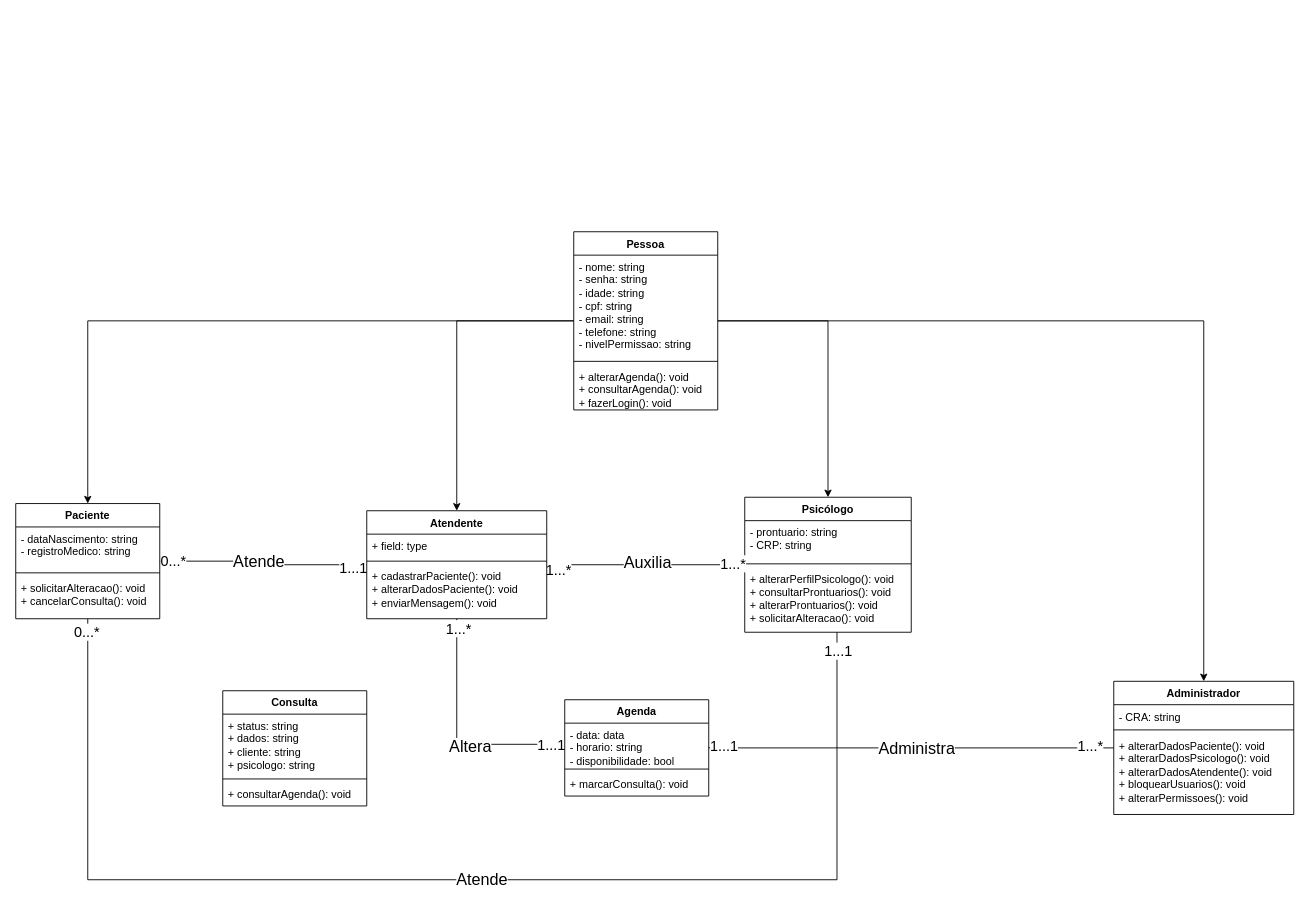
cauanpss/av3_AOO keeps this draw.io diagram as Classe/diagramaClasses.drawio. Above is the earlier version. Source tidied: cells renumbered, new cells numbered last; positions are measured from the earlier drawing's top-left corner, leaving out a move shared by most shapes. Both pictures are drawn from the tidied source at 90%, with x=0, y=0 at pixel (15, 231).
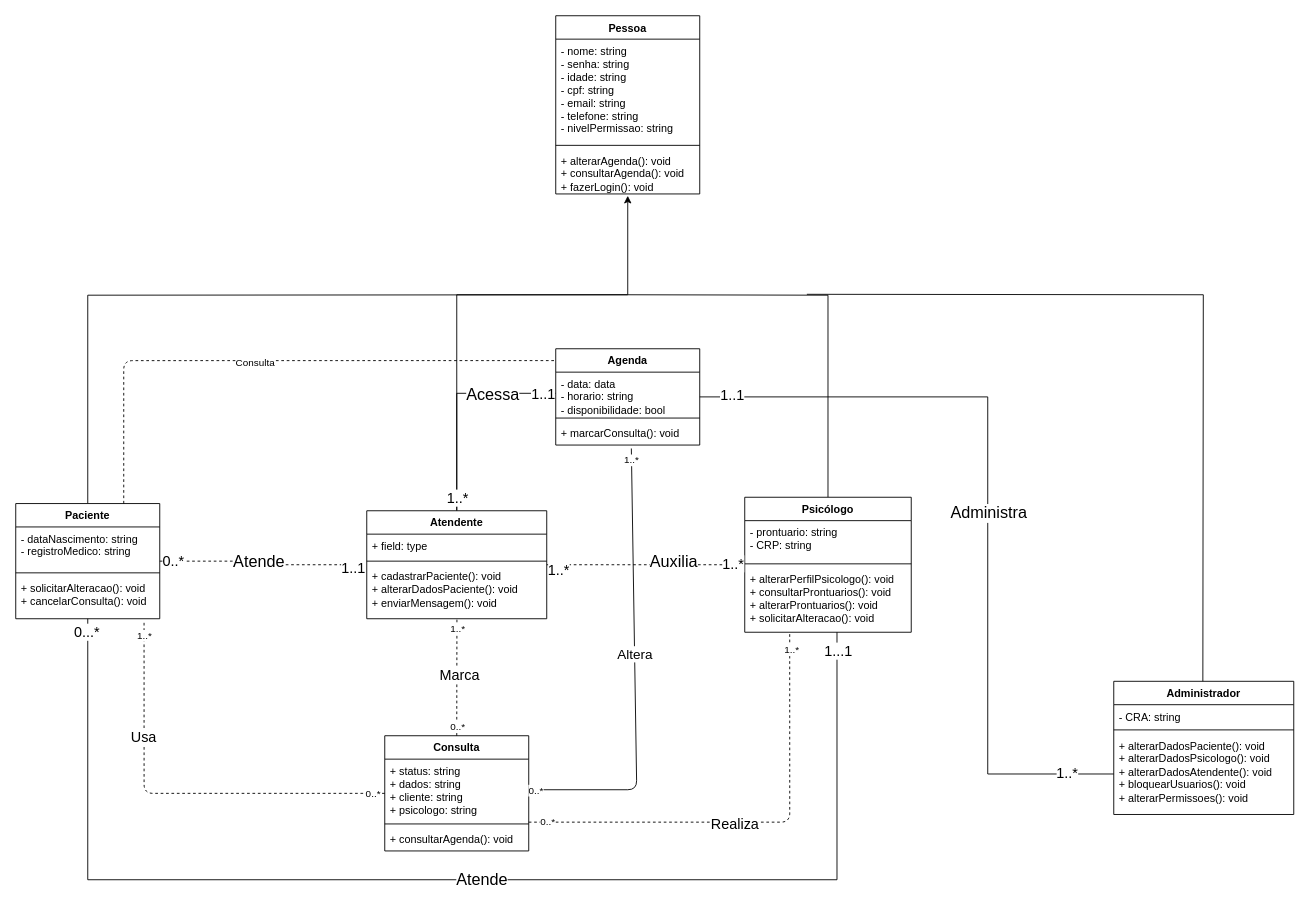
Above is the later version.

Unchanged cells that the change refers to:
```xml
<mxCell id="10" value="Psicólogo" style="swimlane;fontStyle=1;align=center;verticalAlign=top;horizontal=1;startSize=26;whiteSpace=wrap;html=1;" parent="1" vertex="1">
  <mxGeometry x="810" y="295" width="185" height="150" as="geometry" />
</mxCell>
<mxCell id="13" value="+ alterarPerfilPsicologo(): void&lt;div&gt;+ consultarProntuarios(): void&lt;/div&gt;&lt;div&gt;+ alterarProntuarios(): void&lt;/div&gt;&lt;div&gt;+ solicitarAlteracao(): void&lt;/div&gt;" style="text;strokeColor=none;fillColor=none;align=left;verticalAlign=top;spacingLeft=4;spacingRight=4;overflow=hidden;points=[[0,0.5],[1,0.5]];portConstraint=eastwest;whiteSpace=wrap;html=1;" parent="10" vertex="1">
  <mxGeometry y="78" width="185" height="72" as="geometry" />
</mxCell>
<mxCell id="22" value="Paciente" style="swimlane;fontStyle=1;align=center;verticalAlign=top;horizontal=1;startSize=26;whiteSpace=wrap;html=1;" parent="1" vertex="1">
  <mxGeometry y="302" width="160" height="128" as="geometry" />
</mxCell>
<mxCell id="25" value="&lt;div&gt;+ solicitarAlteracao(): void&lt;/div&gt;&lt;div&gt;+ cancelarConsulta(): void&lt;/div&gt;" style="text;strokeColor=none;fillColor=none;align=left;verticalAlign=top;spacingLeft=4;spacingRight=4;overflow=hidden;points=[[0,0.5],[1,0.5]];portConstraint=eastwest;whiteSpace=wrap;html=1;" parent="22" vertex="1">
  <mxGeometry y="81" width="160" height="47" as="geometry" />
</mxCell>
<mxCell id="30" style="edgeStyle=orthogonalEdgeStyle;rounded=0;jettySize=auto;html=1;defaultLabelBackgroundColor=page;endArrow=none;endFill=0;" parent="1" edge="1" source="34" target="47">
  <mxGeometry relative="1" as="geometry" />
</mxCell>
<mxCell id="34" value="Atendente" style="swimlane;fontStyle=1;align=center;verticalAlign=top;horizontal=1;startSize=26;whiteSpace=wrap;html=1;" parent="1" vertex="1">
  <mxGeometry x="390" y="310" width="200" height="120" as="geometry" />
</mxCell>
<mxCell id="37" value="&lt;div&gt;+ cadastrarPaciente(): void&lt;/div&gt;&lt;div&gt;+ alterarDadosPaciente(): void&lt;/div&gt;&lt;div&gt;+ enviarMensagem(): void&lt;/div&gt;" style="text;strokeColor=none;fillColor=none;align=left;verticalAlign=top;spacingLeft=4;spacingRight=4;overflow=hidden;points=[[0,0.5],[1,0.5]];portConstraint=eastwest;whiteSpace=wrap;html=1;" parent="34" vertex="1">
  <mxGeometry y="60" width="200" height="60" as="geometry" />
</mxCell>
<mxCell id="38" value="Administrador" style="swimlane;fontStyle=1;align=center;verticalAlign=top;horizontal=1;startSize=26;whiteSpace=wrap;html=1;" parent="1" vertex="1">
  <mxGeometry x="1220" y="499.5" width="200" height="148" as="geometry" />
</mxCell>
<mxCell id="41" value="+ alterarDadosPaciente(): void&lt;div&gt;+ alterarDadosPsicologo(): void&lt;/div&gt;&lt;div&gt;+ alterarDadosAtendente(): void&lt;/div&gt;&lt;div&gt;+ bloquearUsuarios(): void&lt;/div&gt;&lt;div&gt;+ alterarPermissoes(): void&lt;/div&gt;" style="text;strokeColor=none;fillColor=none;align=left;verticalAlign=top;spacingLeft=4;spacingRight=4;overflow=hidden;points=[[0,0.5],[1,0.5]];portConstraint=eastwest;whiteSpace=wrap;html=1;" parent="38" vertex="1">
  <mxGeometry y="58" width="200" height="90" as="geometry" />
</mxCell>
<mxCell id="49" value="+ marcarConsulta(): void" style="text;strokeColor=none;fillColor=none;align=left;verticalAlign=top;spacingLeft=4;spacingRight=4;overflow=hidden;points=[[0,0.5],[1,0.5]];portConstraint=eastwest;whiteSpace=wrap;html=1;" parent="46" vertex="1">
  <mxGeometry y="81" width="160" height="26" as="geometry" />
</mxCell>
<mxCell id="51" value="+ status: string&lt;div&gt;+ dados: string&lt;/div&gt;&lt;div&gt;+ cliente: string&lt;/div&gt;&lt;div&gt;+ psicologo: string&lt;/div&gt;" style="text;strokeColor=none;fillColor=none;align=left;verticalAlign=top;spacingLeft=4;spacingRight=4;overflow=hidden;points=[[0,0.5],[1,0.5]];portConstraint=eastwest;whiteSpace=wrap;html=1;" parent="50" vertex="1">
  <mxGeometry y="26" width="160" height="68" as="geometry" />
</mxCell>
```

The edit, as a diff of the source:
```diff
@@
-    <mxCell id="2" style="edgeStyle=orthogonalEdgeStyle;rounded=0;jettySize=auto;html=1;defaultLabelBackgroundColor=page;" parent="1" edge="1" source="6" target="22">
-      <mxGeometry relative="1" as="geometry" />
+    <mxCell id="2" style="edgeStyle=orthogonalEdgeStyle;rounded=0;jettySize=auto;html=1;defaultLabelBackgroundColor=page;endArrow=none;endFill=0;startArrow=none;startFill=0;" parent="1" edge="1" target="22">
+      <mxGeometry x="0.22" relative="1" as="geometry">
+        <mxPoint x="680" y="70" as="sourcePoint" />
+      </mxGeometry>
     </mxCell>
-    <mxCell id="3" style="edgeStyle=orthogonalEdgeStyle;rounded=0;jettySize=auto;html=1;defaultLabelBackgroundColor=page;" parent="1" edge="1" source="6" target="10">
-      <mxGeometry relative="1" as="geometry" />
+    <mxCell id="3" style="edgeStyle=orthogonalEdgeStyle;rounded=0;jettySize=auto;html=1;defaultLabelBackgroundColor=page;endArrow=none;endFill=0;" parent="1" edge="1" target="10">
+      <mxGeometry relative="1" as="geometry">
+        <mxPoint x="680" y="70" as="sourcePoint" />
+      </mxGeometry>
     </mxCell>
-    <mxCell id="4" style="edgeStyle=orthogonalEdgeStyle;rounded=0;jettySize=auto;html=1;defaultLabelBackgroundColor=page;" parent="1" edge="1" source="6" target="34">
-      <mxGeometry relative="1" as="geometry" />
+    <mxCell id="4" style="edgeStyle=orthogonalEdgeStyle;rounded=0;jettySize=auto;html=1;defaultLabelBackgroundColor=page;startArrow=classic;startFill=1;endArrow=none;endFill=0;" parent="1" edge="1" target="34">
+      <mxGeometry x="0.31" relative="1" as="geometry">
+        <mxPoint x="680" y="-40" as="sourcePoint" />
+        <Array as="points">
+          <mxPoint x="680" y="70" />
+          <mxPoint x="490" y="70" />
+        </Array>
+      </mxGeometry>
     </mxCell>
-    <mxCell id="5" style="edgeStyle=orthogonalEdgeStyle;rounded=0;jettySize=auto;html=1;defaultLabelBackgroundColor=page;" parent="1" edge="1" source="6" target="38">
-      <mxGeometry relative="1" as="geometry" />
+    <mxCell id="5" value=" " style="edgeStyle=orthogonalEdgeStyle;rounded=0;orthogonalLoop=1;jettySize=auto;html=1;defaultLabelBackgroundColor=page;" parent="1" edge="1">
+      <mxGeometry relative="1" as="geometry">
+        <mxPoint x="879" y="69.5" as="sourcePoint" />
+        <mxPoint x="1319" y="509" as="targetPoint" />
+      </mxGeometry>
     </mxCell>
     <mxCell id="6" value="Pessoa" style="swimlane;fontStyle=1;align=center;verticalAlign=top;horizontal=1;startSize=26;whiteSpace=wrap;html=1;" parent="1" vertex="1">
-      <mxGeometry x="620" width="160" height="198" as="geometry" />
+      <mxGeometry x="600" y="-240" width="160" height="198" as="geometry" />
     </mxCell>
@@
-    <mxCell id="14" style="edgeStyle=orthogonalEdgeStyle;rounded=0;jettySize=auto;html=1;defaultLabelBackgroundColor=page;endArrow=none;endFill=0;" parent="1" edge="1" source="22" target="34">
+    <mxCell id="14" style="edgeStyle=orthogonalEdgeStyle;rounded=0;jettySize=auto;html=1;defaultLabelBackgroundColor=page;endArrow=none;endFill=0;dashed=1;" parent="1" edge="1" source="22" target="34">
       <mxGeometry relative="1" as="geometry" />
     </mxCell>
@@
-    <mxCell id="16" value="&lt;font style=&quot;font-size: 16px;&quot;&gt;0...*&lt;/font&gt;" style="edgeLabel;html=1;align=center;verticalAlign=middle;inheritText=1;defaultLabelBackgroundColor=page;" parent="14" vertex="1">
+    <mxCell id="16" value="&lt;font style=&quot;font-size: 16px;&quot;&gt;0..*&lt;/font&gt;" style="edgeLabel;html=1;align=center;verticalAlign=middle;inheritText=1;defaultLabelBackgroundColor=page;" parent="14" vertex="1">
       <mxGeometry x="-0.88" y="1" relative="1" as="geometry" />
     </mxCell>
-    <mxCell id="17" value="&lt;font style=&quot;font-size: 16px;&quot;&gt;1...1&lt;/font&gt;" style="edgeLabel;html=1;align=center;verticalAlign=middle;inheritText=1;defaultLabelBackgroundColor=page;" parent="14" vertex="1">
+    <mxCell id="17" value="&lt;font style=&quot;font-size: 16px;&quot;&gt;1..1&lt;/font&gt;" style="edgeLabel;html=1;align=center;verticalAlign=middle;inheritText=1;defaultLabelBackgroundColor=page;" parent="14" vertex="1">
       <mxGeometry x="0.86" y="-3" relative="1" as="geometry" />
     </mxCell>
@@
-    <mxCell id="26" style="edgeStyle=orthogonalEdgeStyle;rounded=0;jettySize=auto;html=1;defaultLabelBackgroundColor=page;endArrow=none;endFill=0;" parent="1" edge="1" source="34" target="10">
+    <mxCell id="26" style="edgeStyle=orthogonalEdgeStyle;rounded=0;jettySize=auto;html=1;defaultLabelBackgroundColor=page;endArrow=none;endFill=0;dashed=1;" parent="1" edge="1" source="34" target="10">
       <mxGeometry relative="1" as="geometry" />
     </mxCell>
     <mxCell id="27" value="&lt;font style=&quot;font-size: 18px;&quot;&gt;Auxilia&lt;/font&gt;" style="edgeLabel;html=1;align=center;verticalAlign=middle;inheritText=1;defaultLabelBackgroundColor=page;" parent="26" vertex="1">
-      <mxGeometry x="0.01" y="3" relative="1" as="geometry" />
+      <mxGeometry x="0.01" y="3" relative="1" as="geometry">
+        <mxPoint x="29" y="-1" as="offset" />
+      </mxGeometry>
     </mxCell>
-    <mxCell id="28" value="&lt;font style=&quot;font-size: 16px;&quot;&gt;1...*&lt;/font&gt;" style="edgeLabel;html=1;align=center;verticalAlign=middle;inheritText=1;defaultLabelBackgroundColor=page;" parent="26" vertex="1">
+    <mxCell id="28" value="&lt;font style=&quot;font-size: 16px;&quot;&gt;1..*&lt;/font&gt;" style="edgeLabel;html=1;align=center;verticalAlign=middle;inheritText=1;defaultLabelBackgroundColor=page;" parent="26" vertex="1">
       <mxGeometry x="0.87" y="2" relative="1" as="geometry" />
     </mxCell>
-    <mxCell id="29" value="&lt;font style=&quot;font-size: 16px;&quot;&gt;1...*&lt;/font&gt;" style="edgeLabel;html=1;align=center;verticalAlign=middle;inheritText=1;defaultLabelBackgroundColor=page;" parent="26" vertex="1">
+    <mxCell id="29" value="&lt;font style=&quot;font-size: 16px;&quot;&gt;1..*&lt;/font&gt;" style="edgeLabel;html=1;align=center;verticalAlign=middle;inheritText=1;defaultLabelBackgroundColor=page;" parent="26" vertex="1">
       <mxGeometry x="-0.89" y="-5" relative="1" as="geometry" />
     </mxCell>
@@
-    <mxCell id="31" value="&lt;span style=&quot;font-size: 18px;&quot;&gt;Altera&lt;/span&gt;" style="edgeLabel;html=1;align=center;verticalAlign=middle;inheritText=1;defaultLabelBackgroundColor=page;" parent="30" vertex="1">
-      <mxGeometry x="0.19" y="-3" relative="1" as="geometry" />
+    <mxCell id="31" value="&lt;span style=&quot;font-size: 18px;&quot;&gt;Acessa&lt;/span&gt;" style="edgeLabel;html=1;align=center;verticalAlign=middle;inheritText=1;defaultLabelBackgroundColor=page;" parent="30" vertex="1">
+      <mxGeometry x="0.19" y="-3" relative="1" as="geometry">
+        <mxPoint x="27" y="-2" as="offset" />
+      </mxGeometry>
     </mxCell>
-    <mxCell id="32" value="&lt;font style=&quot;font-size: 16px;&quot;&gt;1...*&lt;/font&gt;" style="edgeLabel;html=1;align=center;verticalAlign=middle;inheritText=1;defaultLabelBackgroundColor=page;" parent="30" vertex="1">
-      <mxGeometry x="-0.92" y="1" relative="1" as="geometry" />
+    <mxCell id="32" value="&lt;font style=&quot;font-size: 16px;&quot;&gt;1..*&lt;/font&gt;" style="edgeLabel;html=1;align=center;verticalAlign=middle;inheritText=1;defaultLabelBackgroundColor=page;" parent="30" vertex="1">
+      <mxGeometry x="-0.92" y="1" relative="1" as="geometry">
+        <mxPoint x="1" y="-5" as="offset" />
+      </mxGeometry>
     </mxCell>
-    <mxCell id="33" value="&lt;font style=&quot;font-size: 16px;&quot;&gt;1...1&lt;/font&gt;" style="edgeLabel;html=1;align=center;verticalAlign=middle;inheritText=1;defaultLabelBackgroundColor=page;" parent="30" vertex="1">
+    <mxCell id="33" value="&lt;font style=&quot;font-size: 16px;&quot;&gt;1..1&lt;/font&gt;" style="edgeLabel;html=1;align=center;verticalAlign=middle;inheritText=1;defaultLabelBackgroundColor=page;" parent="30" vertex="1">
       <mxGeometry x="0.88" relative="1" as="geometry" />
     </mxCell>
@@
-    <mxCell id="42" style="edgeStyle=orthogonalEdgeStyle;rounded=0;jettySize=auto;html=1;defaultLabelBackgroundColor=page;endArrow=none;endFill=0;" parent="1" edge="1" source="46" target="38">
-      <mxGeometry relative="1" as="geometry" />
+    <mxCell id="42" style="edgeStyle=orthogonalEdgeStyle;rounded=0;jettySize=auto;html=1;defaultLabelBackgroundColor=page;endArrow=none;endFill=0;entryX=0;entryY=0.5;entryDx=0;entryDy=0;" parent="1" edge="1" source="46" target="41">
+      <mxGeometry relative="1" as="geometry">
+        <Array as="points">
+          <mxPoint x="1080" y="183.5" />
+          <mxPoint x="1080" y="602.5" />
+        </Array>
+      </mxGeometry>
     </mxCell>
@@
-    <mxCell id="44" value="&lt;font style=&quot;font-size: 16px;&quot;&gt;1...1&lt;/font&gt;" style="edgeLabel;html=1;align=center;verticalAlign=middle;inheritText=1;defaultLabelBackgroundColor=page;" parent="42" vertex="1">
-      <mxGeometry x="-0.93" y="2" relative="1" as="geometry" />
+    <mxCell id="44" value="&lt;font style=&quot;font-size: 16px;&quot;&gt;1..1&lt;/font&gt;" style="edgeLabel;html=1;align=center;verticalAlign=middle;inheritText=1;defaultLabelBackgroundColor=page;" parent="42" vertex="1">
+      <mxGeometry x="-0.92" y="2" relative="1" as="geometry" />
     </mxCell>
-    <mxCell id="45" value="&lt;font style=&quot;font-size: 16px;&quot;&gt;1...*&lt;/font&gt;" style="edgeLabel;html=1;align=center;verticalAlign=middle;inheritText=1;defaultLabelBackgroundColor=page;" parent="42" vertex="1">
+    <mxCell id="45" value="&lt;font style=&quot;font-size: 16px;&quot;&gt;1..*&lt;/font&gt;" style="edgeLabel;html=1;align=center;verticalAlign=middle;inheritText=1;defaultLabelBackgroundColor=page;" parent="42" vertex="1">
       <mxGeometry x="0.88" y="2" relative="1" as="geometry" />
     </mxCell>
     <mxCell id="46" value="Agenda" style="swimlane;fontStyle=1;align=center;verticalAlign=top;horizontal=1;startSize=26;whiteSpace=wrap;html=1;" parent="1" vertex="1">
-      <mxGeometry x="610" y="520" width="160" height="107" as="geometry" />
+      <mxGeometry x="600" y="130" width="160" height="107" as="geometry" />
     </mxCell>
@@
+    <mxCell id="54" style="edgeStyle=none;html=1;exitX=0;exitY=0.5;exitDx=0;exitDy=0;entryX=0.891;entryY=1.045;entryDx=0;entryDy=0;endArrow=none;endFill=0;entryPerimeter=0;dashed=1;" parent="1" edge="1" source="50" target="25">
+      <mxGeometry x="-0.03" relative="1" as="geometry">
+        <Array as="points">
+          <mxPoint x="142.6" y="624" />
+        </Array>
+      </mxGeometry>
+    </mxCell>
+    <mxCell id="55" value="1..*" style="edgeLabel;html=1;align=center;verticalAlign=middle;inheritText=1;" parent="54" vertex="1">
+      <mxGeometry x="0.93" relative="1" as="geometry" />
+    </mxCell>
+    <mxCell id="56" value="0..*" style="edgeLabel;html=1;align=center;verticalAlign=middle;inheritText=1;" parent="54" vertex="1">
+      <mxGeometry x="-0.94" relative="1" as="geometry" />
+    </mxCell>
+    <mxCell id="57" value="&lt;font style=&quot;font-size: 16px;&quot;&gt;Usa&lt;/font&gt;" style="edgeLabel;html=1;align=center;verticalAlign=middle;inheritText=1;" parent="54" vertex="1">
+      <mxGeometry x="0.01" relative="1" as="geometry">
+        <mxPoint x="-37" y="-64" as="offset" />
+      </mxGeometry>
+    </mxCell>
     <mxCell id="50" value="Consulta" style="swimlane;fontStyle=1;align=center;verticalAlign=top;horizontal=1;startSize=26;whiteSpace=wrap;html=1;" parent="1" vertex="1">
-      <mxGeometry x="230" y="510" width="160" height="128" as="geometry" />
+      <mxGeometry x="410" y="560" width="160" height="128" as="geometry" />
     </mxCell>
@@
+    <mxCell id="58" style="edgeStyle=none;html=1;entryX=0.525;entryY=1.146;entryDx=0;entryDy=0;entryPerimeter=0;endArrow=none;endFill=0;" parent="1" edge="1" source="51" target="49">
+      <mxGeometry x="0.08" relative="1" as="geometry">
+        <Array as="points">
+          <mxPoint x="690" y="620" />
+        </Array>
+      </mxGeometry>
+    </mxCell>
+    <mxCell id="59" value="1..*" style="edgeLabel;html=1;align=center;verticalAlign=middle;inheritText=1;" parent="58" vertex="1">
+      <mxGeometry x="0.95" y="1" relative="1" as="geometry" />
+    </mxCell>
+    <mxCell id="60" value="0..*" style="edgeLabel;html=1;align=center;verticalAlign=middle;inheritText=1;" parent="58" vertex="1">
+      <mxGeometry x="-0.97" relative="1" as="geometry" />
+    </mxCell>
+    <mxCell id="61" value="&lt;font style=&quot;font-size: 15px;&quot;&gt;Altera&lt;/font&gt;" style="edgeLabel;html=1;align=center;verticalAlign=middle;inheritText=1;" parent="58" vertex="1">
+      <mxGeometry x="0.09" relative="1" as="geometry" />
+    </mxCell>
+    <mxCell id="62" style="edgeStyle=none;html=1;exitX=0.5;exitY=0;exitDx=0;exitDy=0;entryX=0.501;entryY=0.999;entryDx=0;entryDy=0;entryPerimeter=0;endArrow=none;endFill=0;dashed=1;" parent="1" edge="1" source="50" target="37">
+      <mxGeometry relative="1" as="geometry" />
+    </mxCell>
+    <mxCell id="63" value="1..*" style="edgeLabel;html=1;align=center;verticalAlign=middle;inheritText=1;" parent="62" vertex="1">
+      <mxGeometry x="0.84" relative="1" as="geometry" />
+    </mxCell>
+    <mxCell id="64" value="0..*" style="edgeLabel;html=1;align=center;verticalAlign=middle;inheritText=1;" parent="62" vertex="1">
+      <mxGeometry x="-0.83" relative="1" as="geometry" />
+    </mxCell>
+    <mxCell id="65" value="&lt;font style=&quot;font-size: 16px;&quot;&gt;Marca&lt;/font&gt;" style="edgeLabel;html=1;align=center;verticalAlign=middle;inheritText=1;" parent="62" vertex="1">
+      <mxGeometry x="0.04" y="-2" relative="1" as="geometry" />
+    </mxCell>
+    <mxCell id="66" style="edgeStyle=none;html=1;exitX=1;exitY=0.75;exitDx=0;exitDy=0;entryX=0.27;entryY=1;entryDx=0;entryDy=0;entryPerimeter=0;endArrow=none;endFill=0;dashed=1;" parent="1" edge="1" source="50" target="13">
+      <mxGeometry relative="1" as="geometry">
+        <Array as="points">
+          <mxPoint x="860" y="656" />
+        </Array>
+      </mxGeometry>
+    </mxCell>
+    <mxCell id="67" value="0..*" style="edgeLabel;html=1;align=center;verticalAlign=middle;inheritText=1;" parent="66" vertex="1">
+      <mxGeometry x="-0.92" y="1" relative="1" as="geometry" />
+    </mxCell>
+    <mxCell id="68" value="1..*" style="edgeLabel;html=1;align=center;verticalAlign=middle;inheritText=1;" parent="66" vertex="1">
+      <mxGeometry x="0.92" y="-2" relative="1" as="geometry" />
+    </mxCell>
+    <mxCell id="69" value="&lt;font style=&quot;font-size: 16px;&quot;&gt;Realiza&lt;/font&gt;" style="edgeLabel;html=1;align=center;verticalAlign=middle;inheritText=1;" parent="66" vertex="1">
+      <mxGeometry x="-0.09" y="-1" relative="1" as="geometry" />
+    </mxCell>
+    <mxCell id="70" style="edgeStyle=none;html=1;exitX=0.75;exitY=0;exitDx=0;exitDy=0;entryX=0.003;entryY=0.123;entryDx=0;entryDy=0;entryPerimeter=0;endArrow=none;endFill=0;dashed=1;" parent="1" edge="1" source="22" target="46">
+      <mxGeometry relative="1" as="geometry">
+        <Array as="points">
+          <mxPoint x="120" y="143.2" />
+        </Array>
+      </mxGeometry>
+    </mxCell>
+    <mxCell id="71" value="Consulta" style="edgeLabel;html=1;align=center;verticalAlign=middle;inheritText=1;" parent="70" vertex="1">
+      <mxGeometry x="-0.05" y="-2" relative="1" as="geometry" />
+    </mxCell>
```
